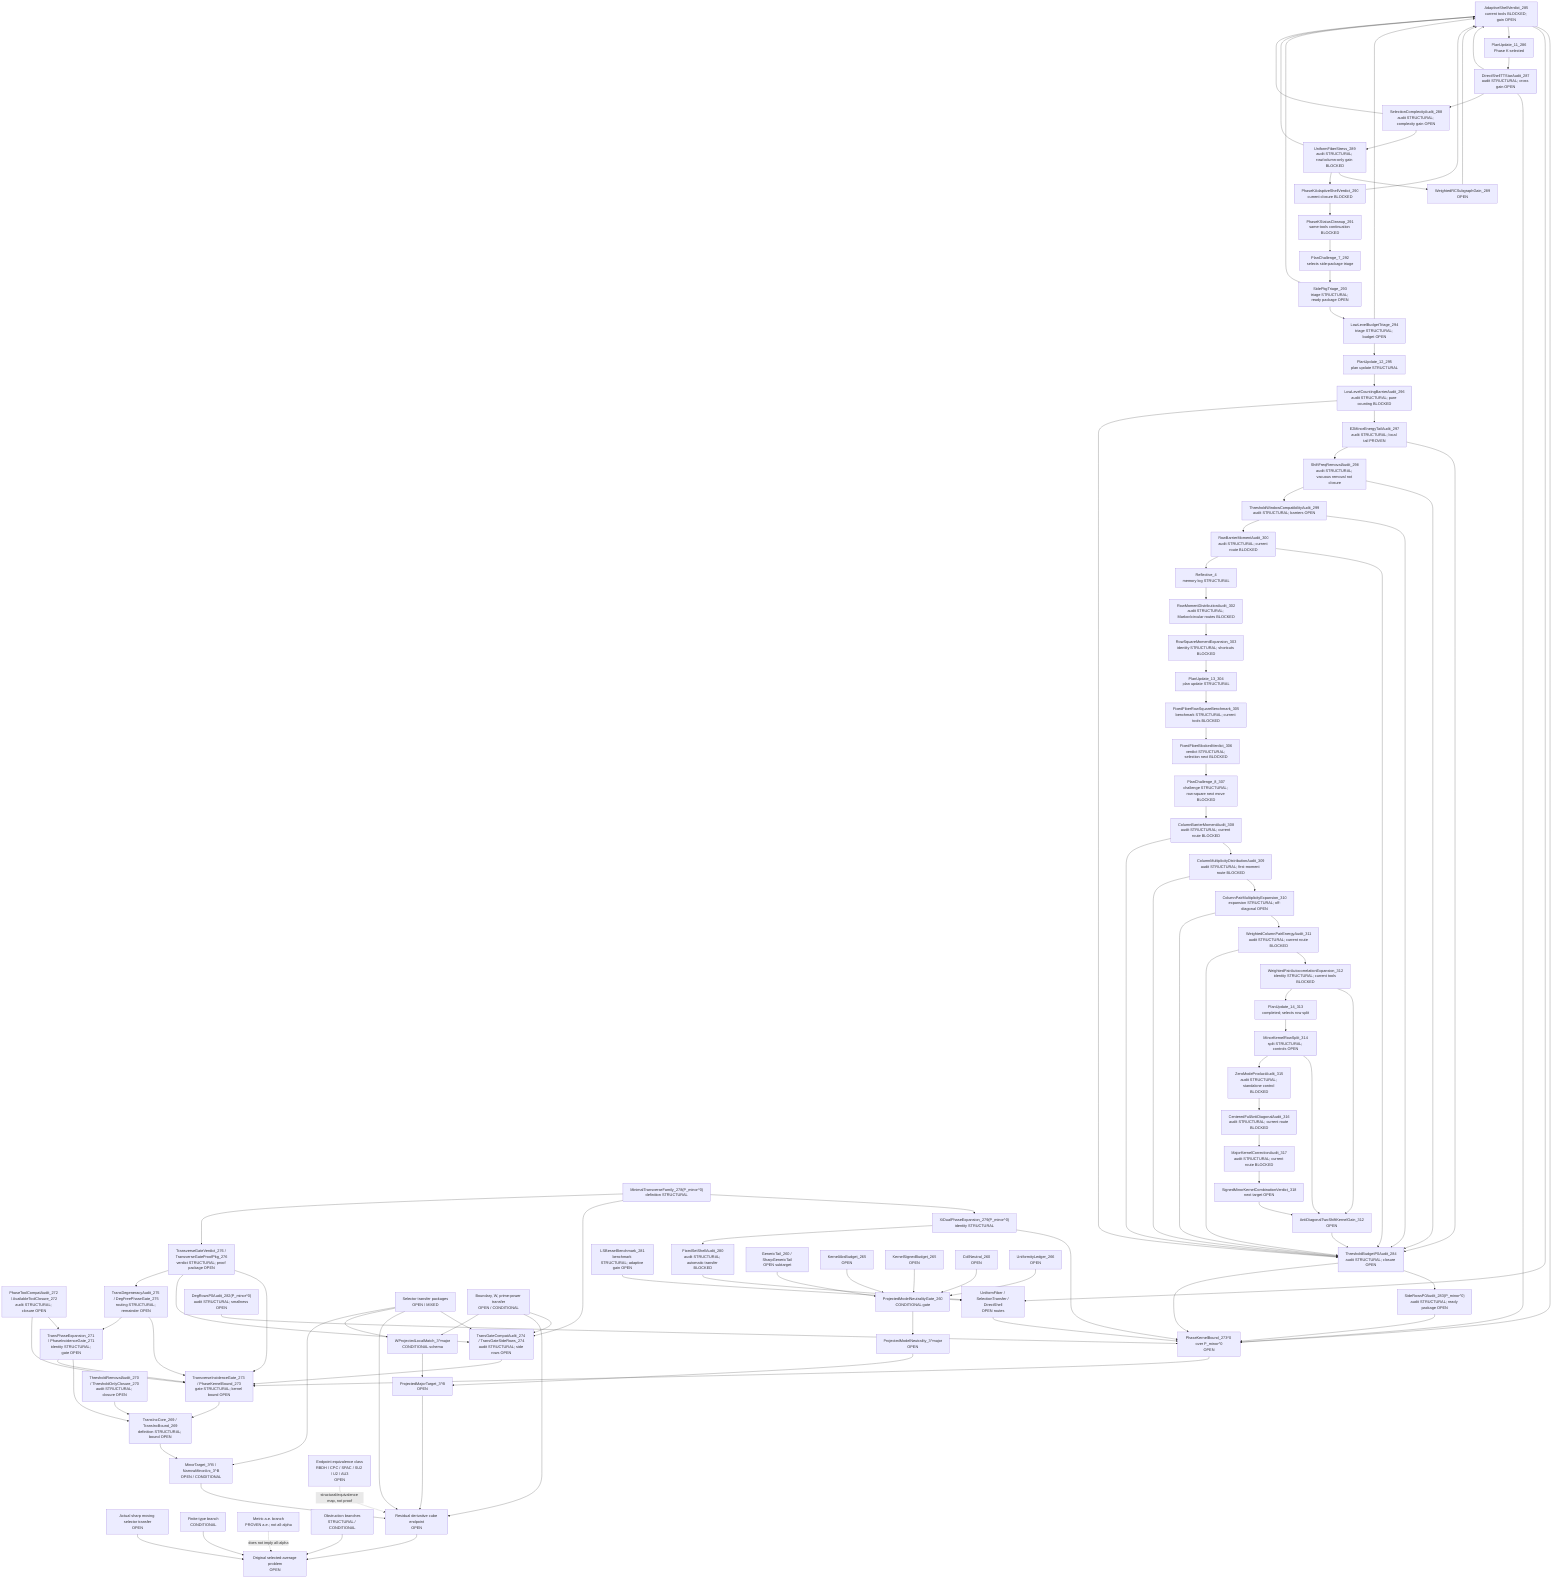
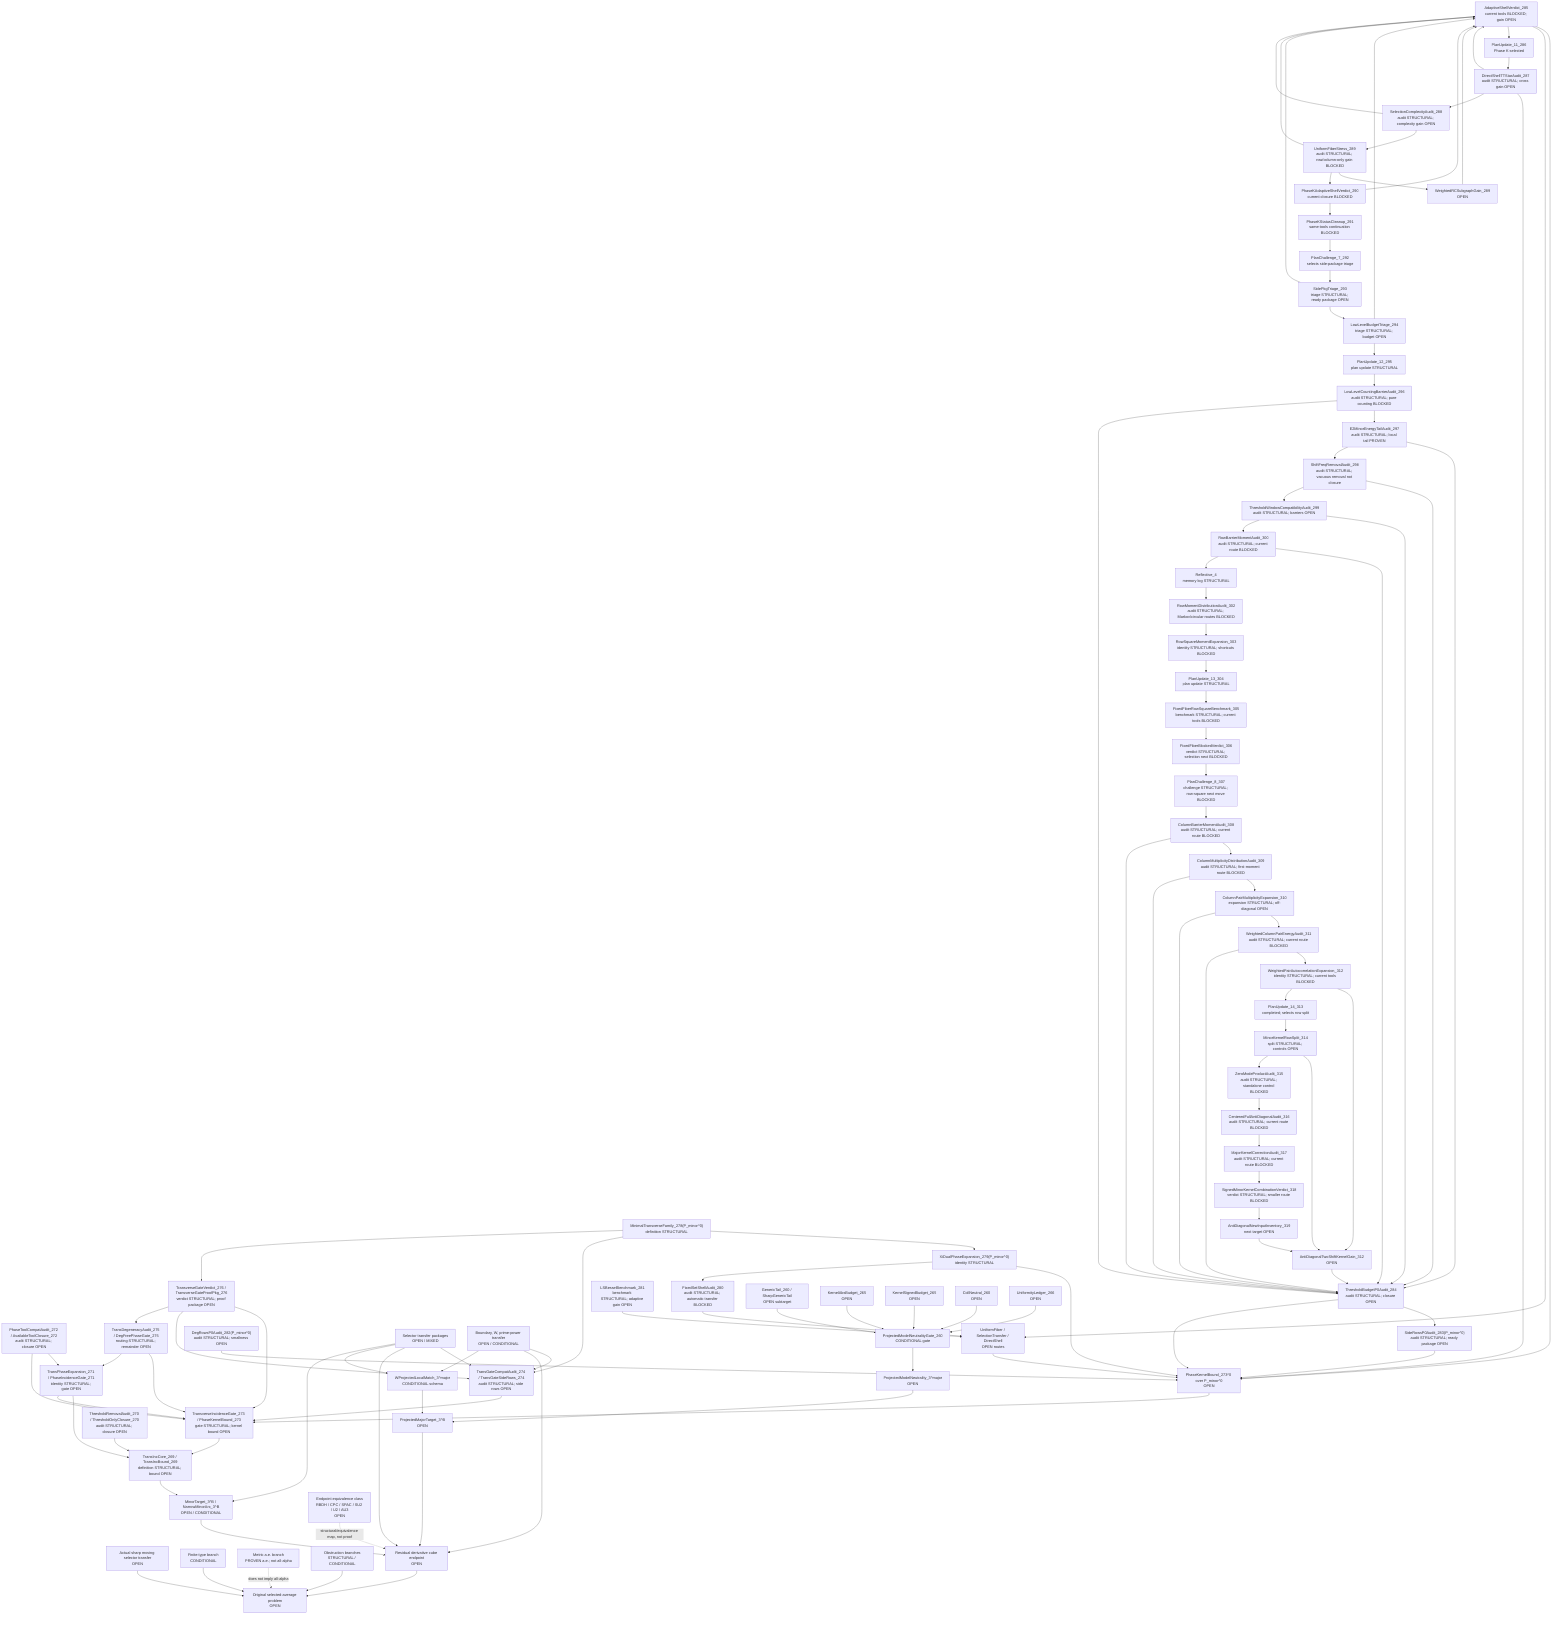
flowchart TD
  Original["Original selected-average problem<br/>OPEN"]
  SharpSel["Actual sharp moving selector transfer<br/>OPEN"]
  FiniteType["Finite-type branch<br/>CONDITIONAL"]
  Metric["Metric a.e. branch<br/>PROVEN a.e.; not all-alpha"]
  Obstruction["Obstruction branches<br/>STRUCTURAL / CONDITIONAL"]

  ResCube["Residual derivative cube endpoint<br/>OPEN"]
  MajorTarget["ProjectedMajorTarget_3^B<br/>OPEN"]
  MinorTarget["MinorTarget_3^B / NarrowMinorArc_3^B<br/>OPEN / CONDITIONAL"]
  TransInc["TransIncCore_269 / TransIncBound_269<br/>definition STRUCTURAL; bound OPEN"]
  ThresholdAudit["ThresholdRemovalAudit_270 / ThresholdOnlyClosure_270<br/>audit STRUCTURAL; closure OPEN"]
  PhaseExpansion["TransPhaseExpansion_271 / PhaseIncidenceGate_271<br/>identity STRUCTURAL; gate OPEN"]
  ToolCompat["PhaseToolCompatAudit_272 / AvailableToolClosure_272<br/>audit STRUCTURAL; closure OPEN"]
  TransGate["TransverseIncidenceGate_273 / PhaseKernelBound_273<br/>gate STRUCTURAL; kernel bound OPEN"]
  TransGateCompat["TransGateCompatAudit_274 / TransGateSideRows_274<br/>audit STRUCTURAL; side rows OPEN"]
  DegAudit["TransDegeneracyAudit_275 / DegFreePhaseGate_275<br/>routing STRUCTURAL; remainder OPEN"]
  TransVerdict["TransverseGateVerdict_276 / TransverseGateProofPkg_276<br/>verdict STRUCTURAL; proof package OPEN"]
  MinTransFamily["MinimalTransverseFamily_278(P_minor^0)<br/>definition STRUCTURAL"]
  XiExpansion["XiDualPhaseExpansion_279(P_minor^0)<br/>identity STRUCTURAL"]
  FixedShellAudit["FixedSetShellAudit_280<br/>audit STRUCTURAL; automatic transfer BLOCKED"]
  FixedShellTransfer["UniformFiber / SelectionTransfer / DirectShell<br/>OPEN routes"]
  LSBesselBench["LSBesselBenchmark_281<br/>benchmark STRUCTURAL; adaptive gain OPEN"]
  DegRowsP0["DegRowsP0Audit_282(P_minor^0)<br/>audit STRUCTURAL; smallness OPEN"]
  SideRowsP0["SideRowsP0Audit_283(P_minor^0)<br/>audit STRUCTURAL; ready package OPEN"]
  ThresholdP0["ThresholdBudgetP0Audit_284<br/>audit STRUCTURAL; closure OPEN"]
  AdaptiveShellP0["AdaptiveShellVerdict_285<br/>current tools BLOCKED; gain OPEN"]
  PlanUpdate11["PlanUpdate_11_286<br/>Phase K selected"]
  DirectTTStar["DirectShellTTStarAudit_287<br/>audit STRUCTURAL; cross gain OPEN"]
  SelectionComplexity["SelectionComplexityAudit_288<br/>audit STRUCTURAL; complexity gain OPEN"]
  UniformFiberStress["UniformFiberStress_289<br/>audit STRUCTURAL; row/column-only gain BLOCKED"]
  WeightedRCSubgraph["WeightedRCSubgraphGain_289<br/>OPEN"]
  AdaptiveVerdict290["PhaseKAdaptiveShellVerdict_290<br/>current closure BLOCKED"]
  PhaseKCleanup291["PhaseKStatusCleanup_291<br/>same-tools continuation BLOCKED"]
  PlanChallenge7["PlanChallenge_7_292<br/>selects side-package triage"]
  SidePkgTriage293["SidePkgTriage_293<br/>triage STRUCTURAL; ready package OPEN"]
  LowLevelTriage294["LowLevelBudgetTriage_294<br/>triage STRUCTURAL; budget OPEN"]
  PlanUpdate12["PlanUpdate_12_295<br/>plan update STRUCTURAL"]
  LowLevelBarrier296["LowLevelCountingBarrierAudit_296<br/>audit STRUCTURAL; pure counting BLOCKED"]
  E2Tail297["E2MinorEnergyTailAudit_297<br/>audit STRUCTURAL; local tail PROVEN"]
  ShiftFreq298["ShiftFreqRemovalAudit_298<br/>audit STRUCTURAL; vacuous removal not closure"]
  ThresholdWindow299["ThresholdWindowCompatibilityAudit_299<br/>audit STRUCTURAL; barriers OPEN"]
  RowBarrier300["RowBarrierMomentAudit_300<br/>audit STRUCTURAL; current route BLOCKED"]
  Reflective4["Reflective_4<br/>memory log STRUCTURAL"]
  RowMoment302["RowMomentDistributionAudit_302<br/>audit STRUCTURAL; Markov/circular routes BLOCKED"]
  RowSquare303["RowSquareMomentExpansion_303<br/>identity STRUCTURAL; shortcuts BLOCKED"]
  PlanUpdate13["PlanUpdate_13_304<br/>plan update STRUCTURAL"]
  FixedFiber305["FixedFiberRowSquareBenchmark_305<br/>benchmark STRUCTURAL; current tools BLOCKED"]
  FixedFiber306["FixedFiberBlockedVerdict_306<br/>verdict STRUCTURAL; selection next BLOCKED"]
  PlanChallenge8["PlanChallenge_8_307<br/>challenge STRUCTURAL; row-square next move BLOCKED"]
  ColumnBarrier308["ColumnBarrierMomentAudit_308<br/>audit STRUCTURAL; current route BLOCKED"]
  ColumnDist309["ColumnMultiplicityDistributionAudit_309<br/>audit STRUCTURAL; first-moment route BLOCKED"]
  ColumnPair310["ColumnPairMultiplicityExpansion_310<br/>expansion STRUCTURAL; off-diagonal OPEN"]
  WPair311["WeightedColumnPairEnergyAudit_311<br/>audit STRUCTURAL; current route BLOCKED"]
  AutoCorr312["WeightedPairAutocorrelationExpansion_312<br/>identity STRUCTURAL; current tools BLOCKED"]
  AntiDiag312["AntiDiagonalTwoShiftKernelGain_312<br/>OPEN"]
  PlanUpdate14["PlanUpdate_14_313<br/>completed; selects row split"]
  MinorKernel314["MinorKernelRowSplit_314<br/>split STRUCTURAL; controls OPEN"]
  ZeroAudit315["ZeroModeProductAudit_315<br/>audit STRUCTURAL; standalone control BLOCKED"]
  CenteredFull316["CenteredFullAntiDiagonalAudit_316<br/>audit STRUCTURAL; current route BLOCKED"]
  MajorCorr317["MajorKernelCorrectionAudit_317<br/>audit STRUCTURAL; current route BLOCKED"]
-   SignedVerdict318["SignedMinorKernelCombinationVerdict_318<br/>next target OPEN"]
+   SignedVerdict318["SignedMinorKernelCombinationVerdict_318<br/>verdict STRUCTURAL; smaller route BLOCKED"]
+   NewInput319["AntiDiagonalNewInputInventory_319<br/>next target OPEN"]
  PhaseKernel0["PhaseKernelBound_273^0 over P_minor^0<br/>OPEN"]
  SelectorTransfer["Selector transfer packages<br/>OPEN / MIXED"]
  BoundaryTransfer["Boundary, W, prime-power transfer<br/>OPEN / CONDITIONAL"]

  WLocal["WProjectedLocalMatch_3^major<br/>CONDITIONAL schema"]
  ModelNeutral["ProjectedModelNeutrality_3^major<br/>OPEN"]
  PMNGate["ProjectedModelNeutralityGate_260<br/>CONDITIONAL gate"]
  GenericTail["GenericTail_260 / SharpGenericTail<br/>OPEN subtarget"]
  KernelAbs["KernelAbsBudget_265<br/>OPEN"]
  KernelSigned["KernelSignedBudget_265<br/>OPEN"]
  CollNeutral["CollNeutral_260<br/>OPEN"]
  Uniformity["UniformityLedger_266<br/>OPEN"]

  EndpointClass["Endpoint equivalence class<br/>RBDH / CPC / SPAC / SU2 / U2 / AU3<br/>OPEN"]

  SharpSel --> Original
  FiniteType --> Original
  Obstruction --> Original
  ResCube --> Original
  Metric -. "does not imply all-alpha" .-> Original

  MajorTarget --> ResCube
  MinorTarget --> ResCube
  TransInc --> MinorTarget
  ThresholdAudit --> TransInc
  PhaseExpansion --> TransInc
  ToolCompat --> PhaseExpansion
  TransGate --> TransInc
  PhaseExpansion --> TransGate
  ToolCompat --> TransGate
  TransGateCompat --> TransGate
  SelectorTransfer --> TransGateCompat
  BoundaryTransfer --> TransGateCompat
  DegAudit --> TransGate
  DegAudit --> PhaseExpansion
  TransVerdict --> TransGate
  TransVerdict --> TransGateCompat
  TransVerdict --> DegAudit
  PhaseKernel0 --> TransGate
  MinTransFamily --> XiExpansion
  XiExpansion --> PhaseKernel0
  XiExpansion --> FixedShellAudit
  FixedShellAudit --> FixedShellTransfer
  FixedShellTransfer --> PhaseKernel0
  LSBesselBench --> FixedShellTransfer
  DegRowsP0 --> PhaseKernel0
  SideRowsP0 --> PhaseKernel0
  ThresholdP0 --> SideRowsP0
  ThresholdP0 --> PhaseKernel0
  AdaptiveShellP0 --> PhaseKernel0
  AdaptiveShellP0 --> FixedShellTransfer
  AdaptiveShellP0 --> PlanUpdate11
  PlanUpdate11 --> DirectTTStar
  DirectTTStar --> AdaptiveShellP0
  DirectTTStar --> PhaseKernel0
  DirectTTStar --> SelectionComplexity
  SelectionComplexity --> UniformFiberStress
  SelectionComplexity --> AdaptiveShellP0
  UniformFiberStress --> WeightedRCSubgraph
  WeightedRCSubgraph --> AdaptiveShellP0
  UniformFiberStress --> AdaptiveVerdict290
  UniformFiberStress --> AdaptiveShellP0
  AdaptiveVerdict290 --> AdaptiveShellP0
  AdaptiveVerdict290 --> PhaseKCleanup291
  PhaseKCleanup291 --> PlanChallenge7
  PlanChallenge7 --> SidePkgTriage293
  SidePkgTriage293 --> LowLevelTriage294
  SidePkgTriage293 --> AdaptiveShellP0
  LowLevelTriage294 --> AdaptiveShellP0
  LowLevelTriage294 --> PlanUpdate12
  PlanUpdate12 --> LowLevelBarrier296
  LowLevelBarrier296 --> E2Tail297
  LowLevelBarrier296 --> ThresholdP0
  E2Tail297 --> ThresholdP0
  E2Tail297 --> ShiftFreq298
  ShiftFreq298 --> ThresholdP0
  ShiftFreq298 --> ThresholdWindow299
  ThresholdWindow299 --> ThresholdP0
  ThresholdWindow299 --> RowBarrier300
  RowBarrier300 --> ThresholdP0
  RowBarrier300 --> Reflective4
  Reflective4 --> RowMoment302
  RowMoment302 --> RowSquare303
  RowSquare303 --> PlanUpdate13
  PlanUpdate13 --> FixedFiber305
  FixedFiber305 --> FixedFiber306
  FixedFiber306 --> PlanChallenge8
  PlanChallenge8 --> ColumnBarrier308
  ColumnBarrier308 --> ColumnDist309
  ColumnDist309 --> ColumnPair310
  ColumnPair310 --> WPair311
  WPair311 --> AutoCorr312
  AutoCorr312 --> AntiDiag312
  AntiDiag312 --> ThresholdP0
  AutoCorr312 --> PlanUpdate14
  PlanUpdate14 --> MinorKernel314
  MinorKernel314 --> AntiDiag312
  MinorKernel314 --> ZeroAudit315
  ZeroAudit315 --> CenteredFull316
  CenteredFull316 --> MajorCorr317
  MajorCorr317 --> SignedVerdict318
-   SignedVerdict318 --> AntiDiag312
+   SignedVerdict318 --> NewInput319
+   NewInput319 --> AntiDiag312
  WPair311 --> ThresholdP0
  ColumnPair310 --> ThresholdP0
  ColumnDist309 --> ThresholdP0
  ColumnBarrier308 --> ThresholdP0
  MinTransFamily --> TransGateCompat
  MinTransFamily --> TransVerdict
  SelectorTransfer --> ResCube
  BoundaryTransfer --> ResCube
  EndpointClass -. "structural/equivalence map, not proof" .-> ResCube

  WLocal --> MajorTarget
  ModelNeutral --> MajorTarget

  PMNGate --> ModelNeutral
  GenericTail --> PMNGate
  KernelAbs --> PMNGate
  KernelSigned --> PMNGate
  CollNeutral --> PMNGate
  Uniformity --> PMNGate

  BoundaryTransfer --> WLocal
  SelectorTransfer --> WLocal
  SelectorTransfer --> MinorTarget
